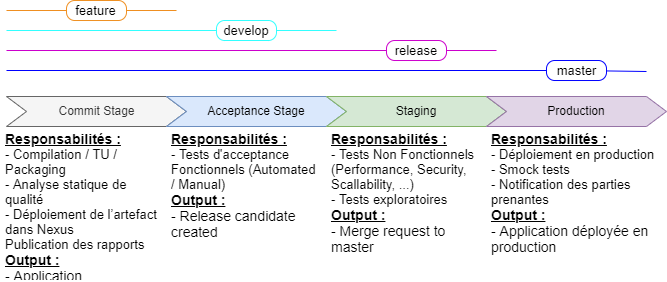
lahmame/config-repo keeps this draw.io diagram as pipeline.png. Above is the earlier version. Source tidied: cells renumbered, new cells last; positions are measured from the earlier drawing's top-left corner, leaving out a move shared by most shapes. Source of this version:
```xml
<mxGraphModel>
  <root>
    <mxCell id="0" />
    <mxCell id="1" parent="0" />
    <mxCell id="2" value="&lt;span style=&quot;white-space: normal&quot;&gt;Commit Stage&lt;/span&gt;" style="shape=step;perimeter=stepPerimeter;whiteSpace=wrap;html=1;fixedSize=1;fillColor=#f5f5f5;strokeColor=#666666;fontColor=#333333;" parent="1" vertex="1">
      <mxGeometry x="6" y="96" width="180" height="30" as="geometry" />
    </mxCell>
    <mxCell id="3" value="&lt;span style=&quot;white-space: normal&quot;&gt;Acceptance Stage&lt;/span&gt;" style="shape=step;perimeter=stepPerimeter;whiteSpace=wrap;html=1;fixedSize=1;fillColor=#dae8fc;strokeColor=#6c8ebf;" parent="1" vertex="1">
      <mxGeometry x="166" y="96" width="180" height="30" as="geometry" />
    </mxCell>
    <mxCell id="4" value="&lt;span style=&quot;white-space: normal&quot;&gt;Staging&lt;/span&gt;" style="shape=step;perimeter=stepPerimeter;whiteSpace=wrap;html=1;fixedSize=1;fillColor=#d5e8d4;strokeColor=#82b366;" parent="1" vertex="1">
      <mxGeometry x="326" y="96" width="180" height="30" as="geometry" />
    </mxCell>
    <mxCell id="5" value="&lt;span style=&quot;white-space: normal&quot;&gt;Production&lt;/span&gt;" style="shape=step;perimeter=stepPerimeter;whiteSpace=wrap;html=1;fixedSize=1;fillColor=#e1d5e7;strokeColor=#9673a6;" parent="1" vertex="1">
      <mxGeometry x="486" y="96" width="180" height="30" as="geometry" />
    </mxCell>
    <mxCell id="6" style="endArrow=none;html=1;fontSize=13;align=left;strokeColor=#0000FF;" parent="1" edge="1" source="10">
      <mxGeometry relative="1" as="geometry">
        <mxPoint x="646" y="71" as="targetPoint" />
      </mxGeometry>
    </mxCell>
    <mxCell id="7" style="endArrow=none;html=1;fontSize=13;align=left;strokeColor=#CC00CC;" parent="1" edge="1" source="12">
      <mxGeometry relative="1" as="geometry">
        <mxPoint x="496" y="50" as="targetPoint" />
      </mxGeometry>
    </mxCell>
    <mxCell id="8" style="endArrow=none;html=1;fontSize=13;align=left;strokeColor=#33FFFF;" parent="1" edge="1">
      <mxGeometry relative="1" as="geometry">
        <mxPoint x="6" y="30" as="sourcePoint" />
        <mxPoint x="336" y="30" as="targetPoint" />
      </mxGeometry>
    </mxCell>
    <mxCell id="9" style="endArrow=none;html=1;fontSize=13;align=left;strokeColor=#EF8F21;" parent="1" edge="1" source="14">
      <mxGeometry relative="1" as="geometry">
        <mxPoint x="176" y="10" as="targetPoint" />
      </mxGeometry>
    </mxCell>
    <mxCell id="10" value="master" style="rounded=1;whiteSpace=wrap;html=1;arcSize=41;fontSize=13;strokeColor=#0000FF;" parent="1" vertex="1">
      <mxGeometry x="546" y="60" width="60" height="20" as="geometry" />
    </mxCell>
    <mxCell id="11" style="endArrow=none;html=1;fontSize=13;align=left;strokeColor=#0000FF;" parent="1" edge="1" target="10">
      <mxGeometry relative="1" as="geometry">
        <mxPoint x="6" y="70" as="sourcePoint" />
      </mxGeometry>
    </mxCell>
    <mxCell id="12" value="release" style="rounded=1;whiteSpace=wrap;html=1;arcSize=41;fontSize=13;strokeColor=#CC00CC;" parent="1" vertex="1">
      <mxGeometry x="386" y="40" width="60" height="20" as="geometry" />
    </mxCell>
    <mxCell id="13" style="endArrow=none;html=1;fontSize=13;align=left;strokeColor=#CC00CC;" parent="1" edge="1" target="12">
      <mxGeometry relative="1" as="geometry">
        <mxPoint x="6" y="50" as="sourcePoint" />
      </mxGeometry>
    </mxCell>
    <mxCell id="14" value="feature" style="rounded=1;whiteSpace=wrap;html=1;arcSize=41;fontSize=13;strokeColor=#EF8F21;" parent="1" vertex="1">
      <mxGeometry x="66" width="60" height="20" as="geometry" />
    </mxCell>
    <mxCell id="15" style="endArrow=none;html=1;fontSize=13;align=left;strokeColor=#EF8F21;" parent="1" edge="1" target="14">
      <mxGeometry relative="1" as="geometry">
        <mxPoint x="6" y="10" as="sourcePoint" />
      </mxGeometry>
    </mxCell>
    <mxCell id="16" value="develop" style="rounded=1;whiteSpace=wrap;html=1;arcSize=41;fontSize=13;strokeColor=#33FFFF;" parent="1" vertex="1">
      <mxGeometry x="216" y="20" width="60" height="20" as="geometry" />
    </mxCell>
    <mxCell id="17" value="&lt;h3&gt;&lt;/h3&gt;&lt;span&gt;&lt;font style=&quot;font-size: 14px&quot;&gt;&lt;b&gt;&lt;u&gt;Responsabilités :&lt;/u&gt;&lt;/b&gt;&lt;/font&gt;&lt;br&gt;-&amp;nbsp;&lt;/span&gt;&lt;span&gt;Compilation / TU / Packaging&lt;/span&gt;&lt;span&gt;&lt;div&gt;- Analyse statique de qualité&lt;/div&gt;&lt;div&gt;- Déploiement de l’artefact dans Nexus&lt;/div&gt;&lt;div&gt;Publication des rapports&lt;/div&gt;&lt;/span&gt;&lt;span&gt;&lt;font style=&quot;font-size: 14px&quot;&gt;&lt;u&gt;&lt;b&gt;Output :&lt;/b&gt;&lt;/u&gt;&lt;/font&gt;&lt;/span&gt;&lt;span&gt;&lt;br&gt;&lt;/span&gt;&lt;div&gt;&lt;font&gt;&lt;span style=&quot;font-size: 14px&quot;&gt;- Application déployée&amp;nbsp;en production&lt;/span&gt;&lt;br&gt;&lt;/font&gt;&lt;/div&gt;&lt;p&gt;&lt;/p&gt;&lt;span&gt;&lt;/span&gt;&lt;p&gt;&lt;/p&gt;" style="text;html=1;strokeColor=none;fillColor=none;spacing=5;spacingTop=-20;whiteSpace=wrap;overflow=hidden;rounded=0;fontSize=13;" parent="1" vertex="1">
      <mxGeometry y="126" width="166" height="154" as="geometry" />
    </mxCell>
    <mxCell id="18" value="&lt;h3&gt;&lt;/h3&gt;&lt;span&gt;&lt;font style=&quot;font-size: 14px&quot;&gt;&lt;b&gt;&lt;u&gt;Responsabilités :&lt;/u&gt;&lt;/b&gt;&lt;/font&gt;&lt;/span&gt;&lt;span&gt;&lt;br&gt;- Tests d'acceptance Fonctionnels (Automated / Manual)&lt;br&gt;&lt;/span&gt;&lt;span&gt;&lt;font style=&quot;font-size: 14px&quot;&gt;&lt;u&gt;&lt;b&gt;Output :&lt;/b&gt;&lt;/u&gt;&lt;/font&gt;&lt;/span&gt;&lt;span&gt;&lt;br&gt;&lt;/span&gt;&lt;div&gt;&lt;font&gt;&lt;span style=&quot;font-size: 14px&quot;&gt;- Release candidate created&lt;/span&gt;&lt;/font&gt;&lt;/div&gt;&lt;p&gt;&lt;/p&gt;&lt;span&gt;&lt;/span&gt;&lt;p&gt;&lt;/p&gt;" style="text;html=1;strokeColor=none;fillColor=none;spacing=5;spacingTop=-20;whiteSpace=wrap;overflow=hidden;rounded=0;fontSize=13;" parent="1" vertex="1">
      <mxGeometry x="166" y="126" width="160" height="154" as="geometry" />
    </mxCell>
    <mxCell id="19" value="&lt;h3&gt;&lt;/h3&gt;&lt;span&gt;&lt;font style=&quot;font-size: 14px&quot;&gt;&lt;b&gt;&lt;u&gt;Responsabilités :&lt;/u&gt;&lt;/b&gt;&lt;/font&gt;&lt;br&gt;&lt;/span&gt;&lt;span&gt;-&amp;nbsp;&lt;/span&gt;&lt;span&gt;Tests Non Fonctionnels (Performance, Security, Scallability, ...)&lt;br&gt;&lt;/span&gt;&lt;span&gt;- Tests exploratoires&lt;/span&gt;&lt;span&gt;&lt;br&gt;&lt;/span&gt;&lt;span&gt;&lt;font style=&quot;font-size: 14px&quot;&gt;&lt;u&gt;&lt;b&gt;Output :&lt;/b&gt;&lt;/u&gt;&lt;/font&gt;&lt;/span&gt;&lt;span&gt;&lt;br&gt;&lt;/span&gt;&lt;div&gt;&lt;font&gt;&lt;span style=&quot;font-size: 14px&quot;&gt;- Merge request to master&lt;/span&gt;&lt;br&gt;&lt;/font&gt;&lt;/div&gt;&lt;p&gt;&lt;/p&gt;&lt;span&gt;&lt;/span&gt;&lt;p&gt;&lt;/p&gt;" style="text;html=1;strokeColor=none;fillColor=none;spacing=5;spacingTop=-20;whiteSpace=wrap;overflow=hidden;rounded=0;fontSize=13;" parent="1" vertex="1">
      <mxGeometry x="326" y="126" width="160" height="154" as="geometry" />
    </mxCell>
    <mxCell id="20" value="&lt;h3&gt;&lt;/h3&gt;&lt;span&gt;&lt;font style=&quot;font-size: 14px&quot;&gt;&lt;b&gt;&lt;u&gt;Responsabilités :&lt;/u&gt;&lt;/b&gt;&lt;/font&gt;&lt;br&gt;- Déploiement en production&lt;br&gt;&lt;/span&gt;&lt;span&gt;- Smock tests&lt;br&gt;&lt;/span&gt;&lt;span&gt;- Notification des parties prenantes&lt;br&gt;&lt;/span&gt;&lt;span&gt;&lt;font style=&quot;font-size: 14px&quot;&gt;&lt;u&gt;&lt;b&gt;Output :&lt;/b&gt;&lt;/u&gt;&lt;/font&gt;&lt;/span&gt;&lt;span&gt;&lt;br&gt;&lt;/span&gt;&lt;div&gt;&lt;font&gt;&lt;span style=&quot;font-size: 14px&quot;&gt;- Application déployée&amp;nbsp;en production&lt;/span&gt;&lt;br&gt;&lt;/font&gt;&lt;/div&gt;&lt;p&gt;&lt;/p&gt;&lt;span&gt;&lt;/span&gt;&lt;p&gt;&lt;/p&gt;" style="text;html=1;strokeColor=none;fillColor=none;spacing=5;spacingTop=-20;whiteSpace=wrap;overflow=hidden;rounded=0;fontSize=13;" parent="1" vertex="1">
      <mxGeometry x="486" y="126" width="180" height="154" as="geometry" />
    </mxCell>
  </root>
</mxGraphModel>
```
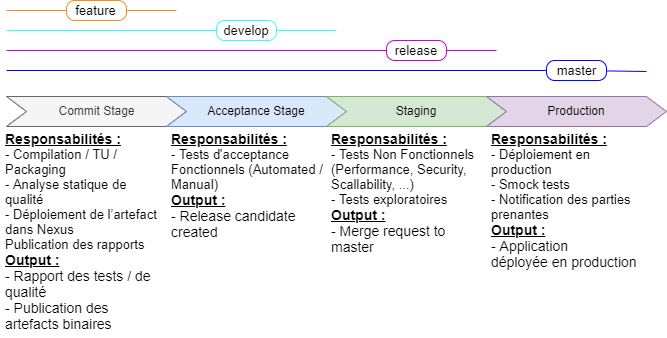
Later version of the same file.

The edit, as a diff of the source:
```diff
@@ -62,17 +62,17 @@
     <mxCell id="16" value="develop" style="rounded=1;whiteSpace=wrap;html=1;arcSize=41;fontSize=13;strokeColor=#33FFFF;" parent="1" vertex="1">
       <mxGeometry x="216" y="20" width="60" height="20" as="geometry" />
     </mxCell>
-    <mxCell id="17" value="&lt;h3&gt;&lt;/h3&gt;&lt;span&gt;&lt;font style=&quot;font-size: 14px&quot;&gt;&lt;b&gt;&lt;u&gt;Responsabilités :&lt;/u&gt;&lt;/b&gt;&lt;/font&gt;&lt;br&gt;-&amp;nbsp;&lt;/span&gt;&lt;span&gt;Compilation / TU / Packaging&lt;/span&gt;&lt;span&gt;&lt;div&gt;- Analyse statique de qualité&lt;/div&gt;&lt;div&gt;- Déploiement de l’artefact dans Nexus&lt;/div&gt;&lt;div&gt;Publication des rapports&lt;/div&gt;&lt;/span&gt;&lt;span&gt;&lt;font style=&quot;font-size: 14px&quot;&gt;&lt;u&gt;&lt;b&gt;Output :&lt;/b&gt;&lt;/u&gt;&lt;/font&gt;&lt;/span&gt;&lt;span&gt;&lt;br&gt;&lt;/span&gt;&lt;div&gt;&lt;font&gt;&lt;span style=&quot;font-size: 14px&quot;&gt;- Application déployée&amp;nbsp;en production&lt;/span&gt;&lt;br&gt;&lt;/font&gt;&lt;/div&gt;&lt;p&gt;&lt;/p&gt;&lt;span&gt;&lt;/span&gt;&lt;p&gt;&lt;/p&gt;" style="text;html=1;strokeColor=none;fillColor=none;spacing=5;spacingTop=-20;whiteSpace=wrap;overflow=hidden;rounded=0;fontSize=13;" parent="1" vertex="1">
-      <mxGeometry y="126" width="166" height="154" as="geometry" />
+    <mxCell id="17" value="&lt;h3&gt;&lt;/h3&gt;&lt;span&gt;&lt;font style=&quot;font-size: 14px&quot;&gt;&lt;b&gt;&lt;u&gt;Responsabilités :&lt;/u&gt;&lt;/b&gt;&lt;/font&gt;&lt;br&gt;-&amp;nbsp;&lt;/span&gt;&lt;span&gt;Compilation / TU / Packaging&lt;/span&gt;&lt;span&gt;&lt;div&gt;- Analyse statique de qualité&lt;/div&gt;&lt;div&gt;- Déploiement de l’artefact dans Nexus&lt;/div&gt;&lt;div&gt;Publication des rapports&lt;/div&gt;&lt;/span&gt;&lt;span&gt;&lt;font style=&quot;font-size: 14px&quot;&gt;&lt;u&gt;&lt;b&gt;Output :&lt;/b&gt;&lt;/u&gt;&lt;/font&gt;&lt;/span&gt;&lt;span&gt;&lt;br&gt;&lt;/span&gt;&lt;div&gt;&lt;font&gt;&lt;span style=&quot;font-size: 14px&quot;&gt;- &lt;/span&gt;&lt;/font&gt;&lt;span style=&quot;font-size: 14px&quot;&gt;Rapport des tests / de qualité&lt;/span&gt;&lt;/div&gt;&lt;div&gt;&lt;font&gt;&lt;span style=&quot;font-size: 14px&quot;&gt;- Publication des artefacts&amp;nbsp;binaires&lt;/span&gt;&lt;br&gt;&lt;/font&gt;&lt;/div&gt;&lt;p&gt;&lt;/p&gt;&lt;span&gt;&lt;/span&gt;&lt;p&gt;&lt;/p&gt;" style="text;html=1;strokeColor=none;fillColor=none;spacing=5;spacingTop=-20;whiteSpace=wrap;overflow=hidden;rounded=0;fontSize=13;" parent="1" vertex="1">
+      <mxGeometry y="126" width="166" height="210" as="geometry" />
     </mxCell>
     <mxCell id="18" value="&lt;h3&gt;&lt;/h3&gt;&lt;span&gt;&lt;font style=&quot;font-size: 14px&quot;&gt;&lt;b&gt;&lt;u&gt;Responsabilités :&lt;/u&gt;&lt;/b&gt;&lt;/font&gt;&lt;/span&gt;&lt;span&gt;&lt;br&gt;- Tests d'acceptance Fonctionnels (Automated / Manual)&lt;br&gt;&lt;/span&gt;&lt;span&gt;&lt;font style=&quot;font-size: 14px&quot;&gt;&lt;u&gt;&lt;b&gt;Output :&lt;/b&gt;&lt;/u&gt;&lt;/font&gt;&lt;/span&gt;&lt;span&gt;&lt;br&gt;&lt;/span&gt;&lt;div&gt;&lt;font&gt;&lt;span style=&quot;font-size: 14px&quot;&gt;- Release candidate created&lt;/span&gt;&lt;/font&gt;&lt;/div&gt;&lt;p&gt;&lt;/p&gt;&lt;span&gt;&lt;/span&gt;&lt;p&gt;&lt;/p&gt;" style="text;html=1;strokeColor=none;fillColor=none;spacing=5;spacingTop=-20;whiteSpace=wrap;overflow=hidden;rounded=0;fontSize=13;" parent="1" vertex="1">
-      <mxGeometry x="166" y="126" width="160" height="154" as="geometry" />
+      <mxGeometry x="166" y="126" width="166" height="210" as="geometry" />
     </mxCell>
     <mxCell id="19" value="&lt;h3&gt;&lt;/h3&gt;&lt;span&gt;&lt;font style=&quot;font-size: 14px&quot;&gt;&lt;b&gt;&lt;u&gt;Responsabilités :&lt;/u&gt;&lt;/b&gt;&lt;/font&gt;&lt;br&gt;&lt;/span&gt;&lt;span&gt;-&amp;nbsp;&lt;/span&gt;&lt;span&gt;Tests Non Fonctionnels (Performance, Security, Scallability, ...)&lt;br&gt;&lt;/span&gt;&lt;span&gt;- Tests exploratoires&lt;/span&gt;&lt;span&gt;&lt;br&gt;&lt;/span&gt;&lt;span&gt;&lt;font style=&quot;font-size: 14px&quot;&gt;&lt;u&gt;&lt;b&gt;Output :&lt;/b&gt;&lt;/u&gt;&lt;/font&gt;&lt;/span&gt;&lt;span&gt;&lt;br&gt;&lt;/span&gt;&lt;div&gt;&lt;font&gt;&lt;span style=&quot;font-size: 14px&quot;&gt;- Merge request to master&lt;/span&gt;&lt;br&gt;&lt;/font&gt;&lt;/div&gt;&lt;p&gt;&lt;/p&gt;&lt;span&gt;&lt;/span&gt;&lt;p&gt;&lt;/p&gt;" style="text;html=1;strokeColor=none;fillColor=none;spacing=5;spacingTop=-20;whiteSpace=wrap;overflow=hidden;rounded=0;fontSize=13;" parent="1" vertex="1">
-      <mxGeometry x="326" y="126" width="160" height="154" as="geometry" />
+      <mxGeometry x="326" y="126" width="166" height="210" as="geometry" />
     </mxCell>
     <mxCell id="20" value="&lt;h3&gt;&lt;/h3&gt;&lt;span&gt;&lt;font style=&quot;font-size: 14px&quot;&gt;&lt;b&gt;&lt;u&gt;Responsabilités :&lt;/u&gt;&lt;/b&gt;&lt;/font&gt;&lt;br&gt;- Déploiement en production&lt;br&gt;&lt;/span&gt;&lt;span&gt;- Smock tests&lt;br&gt;&lt;/span&gt;&lt;span&gt;- Notification des parties prenantes&lt;br&gt;&lt;/span&gt;&lt;span&gt;&lt;font style=&quot;font-size: 14px&quot;&gt;&lt;u&gt;&lt;b&gt;Output :&lt;/b&gt;&lt;/u&gt;&lt;/font&gt;&lt;/span&gt;&lt;span&gt;&lt;br&gt;&lt;/span&gt;&lt;div&gt;&lt;font&gt;&lt;span style=&quot;font-size: 14px&quot;&gt;- Application déployée&amp;nbsp;en production&lt;/span&gt;&lt;br&gt;&lt;/font&gt;&lt;/div&gt;&lt;p&gt;&lt;/p&gt;&lt;span&gt;&lt;/span&gt;&lt;p&gt;&lt;/p&gt;" style="text;html=1;strokeColor=none;fillColor=none;spacing=5;spacingTop=-20;whiteSpace=wrap;overflow=hidden;rounded=0;fontSize=13;" parent="1" vertex="1">
-      <mxGeometry x="486" y="126" width="180" height="154" as="geometry" />
+      <mxGeometry x="486" y="126" width="166" height="210" as="geometry" />
     </mxCell>
   </root>
 </mxGraphModel>
```
